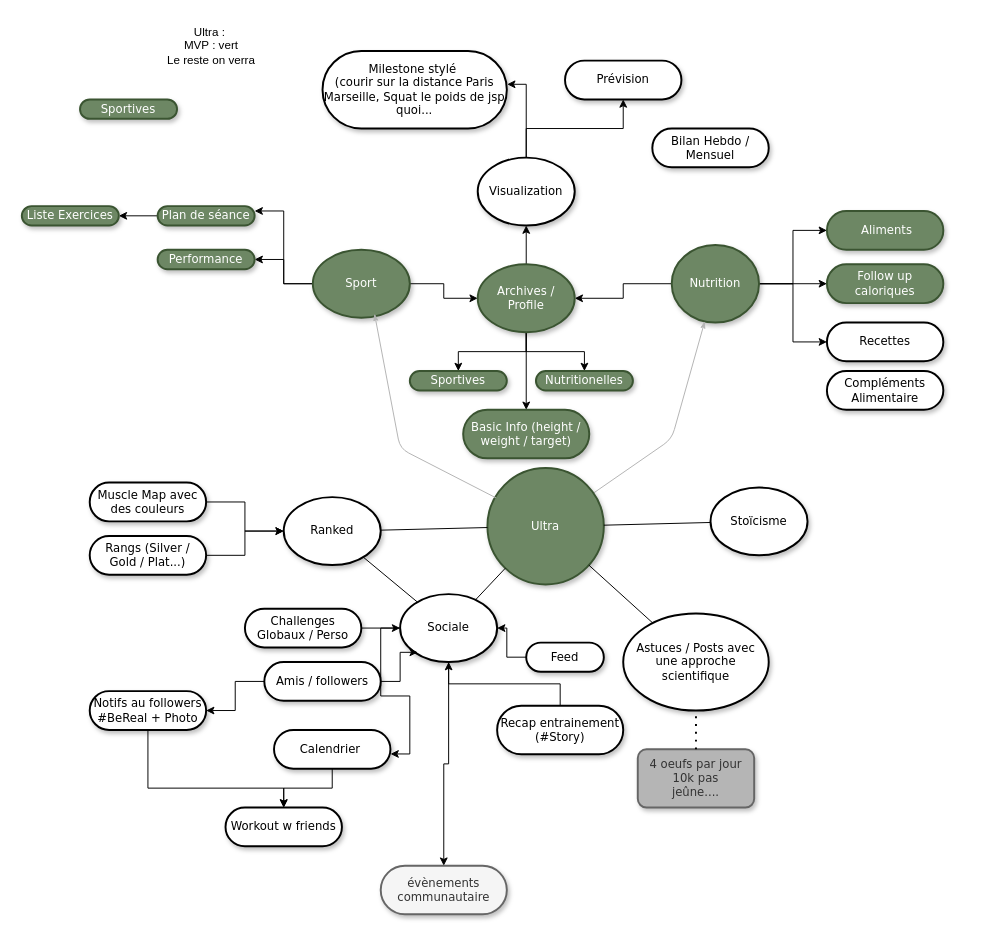
Before: page "MVP : Mind Map" (1 of 2) of ultra.drawio in Jiplay/Ultra, a draw.io diagram. Source tidied: cells renumbered, new cells numbered last; positions are measured from the earlier drawing's top-left corner, leaving out a move shared by most shapes. Both pictures are drawn from the tidied source at 97%, with x=0, y=0 at pixel (21, 16).
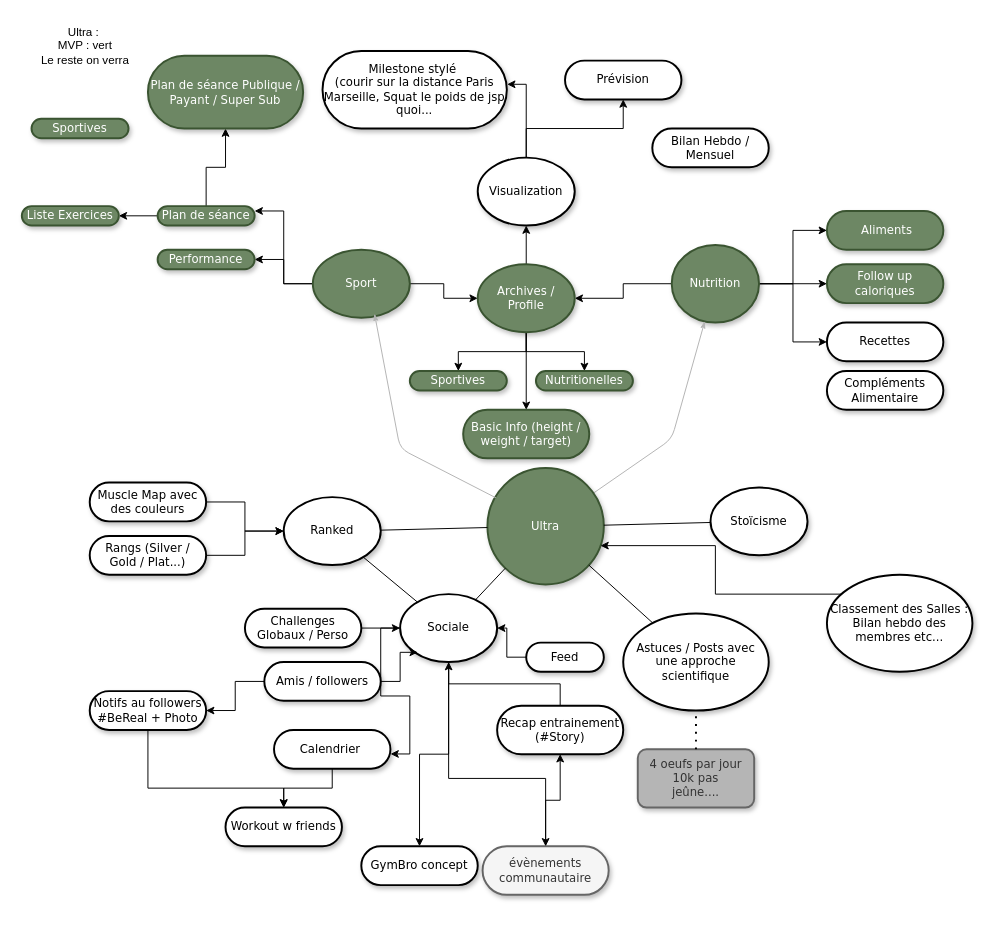
Above is the later version.

Unchanged cells that the change refers to:
```xml
<mxCell id="12" value="Ultra" style="ellipse;whiteSpace=wrap;html=1;rounded=1;shadow=1;comic=0;labelBackgroundColor=none;strokeWidth=2;fontFamily=Verdana;fontSize=12;align=center;fillColor=#6d8764;strokeColor=#3A5431;fontColor=#ffffff;" parent="1" vertex="1">
  <mxGeometry x="480" y="465" width="120" height="120" as="geometry" />
</mxCell>
<mxCell id="14" value="&lt;span&gt;Plan de séance&lt;/span&gt;" style="whiteSpace=wrap;html=1;rounded=1;shadow=1;comic=0;labelBackgroundColor=none;strokeWidth=2;fontFamily=Verdana;fontSize=12;align=center;arcSize=50;fillColor=#6d8764;strokeColor=#3A5431;fontColor=#ffffff;" parent="1" vertex="1">
  <mxGeometry x="140" y="195" width="100" height="20" as="geometry" />
</mxCell>
<mxCell id="21" value="Sociale" style="ellipse;whiteSpace=wrap;html=1;rounded=1;shadow=1;comic=0;labelBackgroundColor=none;strokeWidth=2;fontFamily=Verdana;fontSize=12;align=center;" parent="1" vertex="1">
  <mxGeometry x="390" y="595" width="100" height="70" as="geometry" />
</mxCell>
<mxCell id="49" value="&lt;span&gt;Recap entrainement (#Story)&lt;/span&gt;" style="whiteSpace=wrap;html=1;rounded=1;shadow=1;comic=0;labelBackgroundColor=none;strokeWidth=2;fontFamily=Verdana;fontSize=12;align=center;arcSize=50;" parent="1" vertex="1">
  <mxGeometry x="490" y="710" width="130" height="50" as="geometry" />
</mxCell>
```

Diff of the diagram source:
```diff
@@
+    <mxCell id="71" style="edgeStyle=orthogonalEdgeStyle;rounded=0;jettySize=auto;html=1;exitX=0.5;exitY=0;exitDx=0;exitDy=0;" parent="1" edge="1" source="14" target="74">
+      <mxGeometry relative="1" as="geometry" />
+    </mxCell>
@@
     <mxCell id="20" style="edgeStyle=orthogonalEdgeStyle;rounded=0;jettySize=auto;html=1;" parent="1" edge="1" source="21" target="67">
-      <mxGeometry relative="1" as="geometry" />
+      <mxGeometry relative="1" as="geometry">
+        <Array as="points">
+          <mxPoint x="440" y="785" />
+          <mxPoint x="540" y="785" />
+        </Array>
+      </mxGeometry>
     </mxCell>
+    <mxCell id="72" style="edgeStyle=orthogonalEdgeStyle;rounded=0;jettySize=auto;html=1;" parent="1" edge="1" source="21" target="77">
+      <mxGeometry relative="1" as="geometry" />
+    </mxCell>
@@
+    <mxCell id="73" style="edgeStyle=orthogonalEdgeStyle;rounded=0;jettySize=auto;html=1;" parent="1" edge="1" source="67" target="49">
+      <mxGeometry relative="1" as="geometry" />
+    </mxCell>
     <mxCell id="67" value="évènements communautaire" style="whiteSpace=wrap;html=1;rounded=1;shadow=1;comic=0;labelBackgroundColor=none;strokeWidth=2;fontFamily=Verdana;fontSize=12;align=center;arcSize=50;fillColor=#f5f5f5;fontColor=#333333;strokeColor=#666666;" parent="1" vertex="1">
-      <mxGeometry x="370" y="875" width="130" height="50" as="geometry" />
+      <mxGeometry x="475" y="855" width="130" height="50" as="geometry" />
     </mxCell>
     <mxCell id="68" value="Sportives" style="whiteSpace=wrap;html=1;rounded=1;shadow=1;comic=0;labelBackgroundColor=none;strokeWidth=2;fontFamily=Verdana;fontSize=12;align=center;arcSize=50;fillColor=#6d8764;strokeColor=#3A5431;fontColor=#ffffff;" parent="1" vertex="1">
-      <mxGeometry x="60" y="85" width="100" height="20" as="geometry" />
+      <mxGeometry x="10" y="105" width="100" height="20" as="geometry" />
     </mxCell>
     <mxCell id="69" value="Ultra :&amp;nbsp;&lt;div&gt;MVP : vert&lt;/div&gt;&lt;div&gt;Le reste on verra&lt;/div&gt;" style="text;html=1;align=center;verticalAlign=middle;strokeColor=none;fillColor=none;" parent="1" vertex="1">
-      <mxGeometry x="140" width="110" height="60" as="geometry" />
+      <mxGeometry x="10" width="110" height="60" as="geometry" />
     </mxCell>
@@
+    <mxCell id="74" value="&lt;span&gt;Plan de séance Publique / Payant / Super Sub&lt;/span&gt;" style="whiteSpace=wrap;html=1;rounded=1;shadow=1;comic=0;labelBackgroundColor=none;strokeWidth=2;fontFamily=Verdana;fontSize=12;align=center;arcSize=50;fillColor=#6d8764;strokeColor=#3A5431;fontColor=#ffffff;" parent="1" vertex="1">
+      <mxGeometry x="130" y="40" width="160" height="75" as="geometry" />
+    </mxCell>
+    <mxCell id="75" style="edgeStyle=orthogonalEdgeStyle;rounded=0;jettySize=auto;html=1;" parent="1" edge="1" source="76" target="12">
+      <mxGeometry relative="1" as="geometry">
+        <Array as="points">
+          <mxPoint x="715" y="595" />
+          <mxPoint x="715" y="545" />
+        </Array>
+      </mxGeometry>
+    </mxCell>
+    <mxCell id="76" value="Classement des Salles : Bilan hebdo des membres etc..." style="ellipse;whiteSpace=wrap;html=1;rounded=1;shadow=1;comic=0;labelBackgroundColor=none;strokeWidth=2;fontFamily=Verdana;fontSize=12;align=center;" parent="1" vertex="1">
+      <mxGeometry x="830" y="575" width="150" height="100" as="geometry" />
+    </mxCell>
+    <mxCell id="77" value="&lt;span&gt;GymBro concept&lt;/span&gt;" style="whiteSpace=wrap;html=1;rounded=1;shadow=1;comic=0;labelBackgroundColor=none;strokeWidth=2;fontFamily=Verdana;fontSize=12;align=center;arcSize=50;" parent="1" vertex="1">
+      <mxGeometry x="350" y="855" width="120" height="40" as="geometry" />
+    </mxCell>
```
